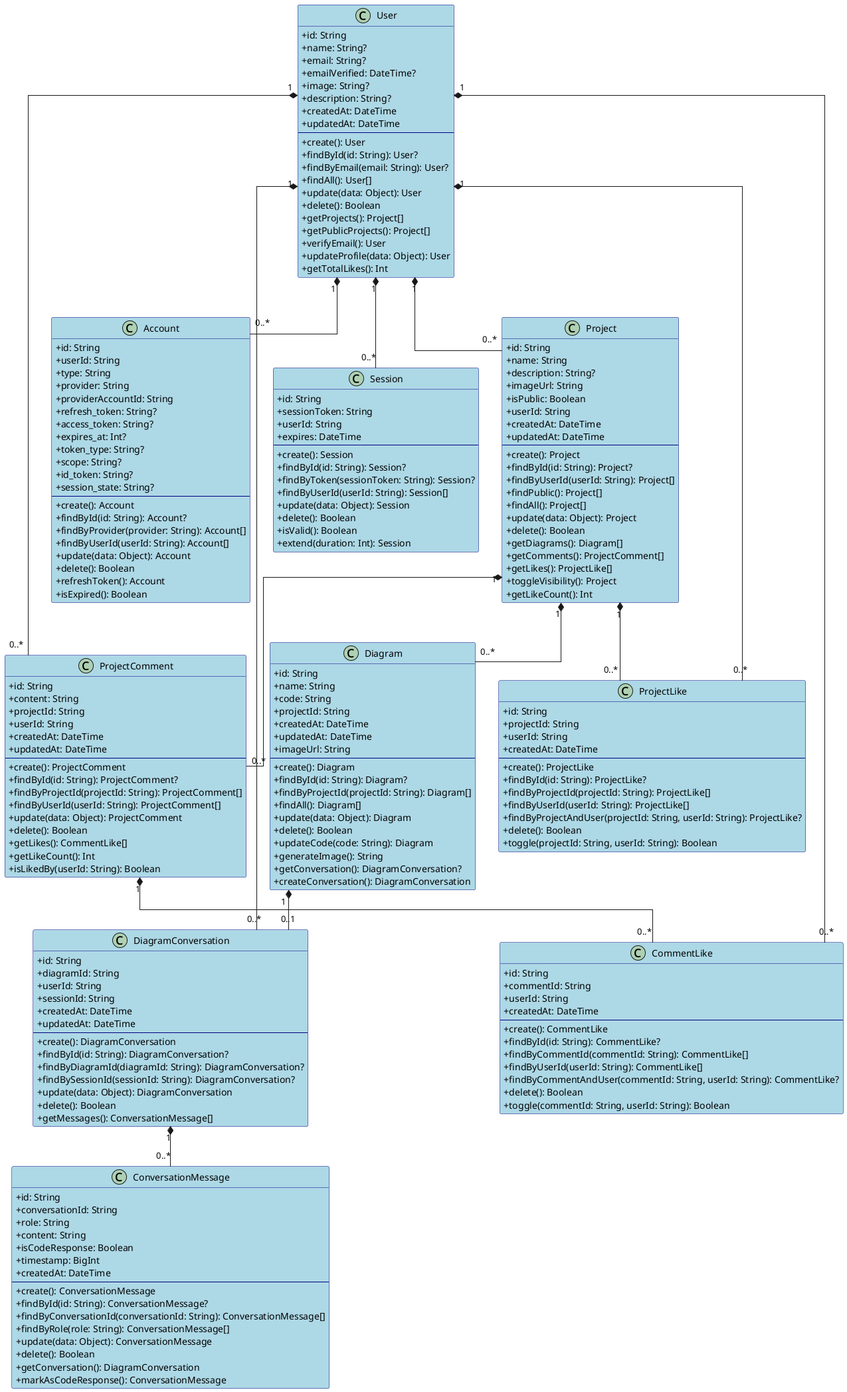
souhaib-askri/report_pfe keeps this PlantUML diagram as conception/SprintI/class_diagram2.png. Above is the earlier version.
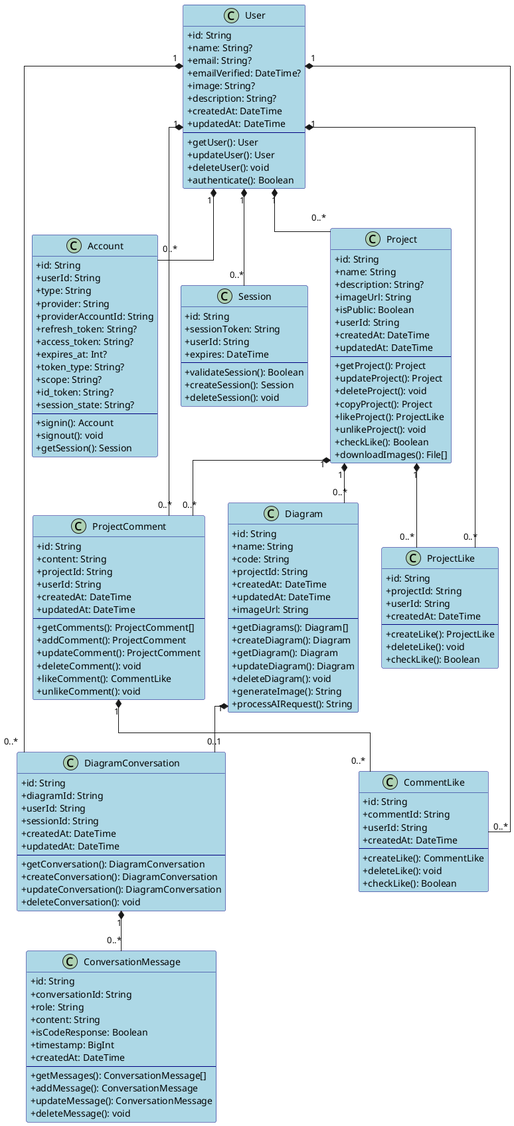
Later version of the same file.

Diff of the diagram source:
```diff
@@ -7,196 +7,154 @@
 skinparam linetype ortho
 
 class DiagramConversation {
-+ id: String
-+ diagramId: String
-+ userId: String
-+ sessionId: String
-+ createdAt: DateTime
-+ updatedAt: DateTime
---
-+ create(): DiagramConversation
-+ findById(id: String): DiagramConversation?
-+ findByDiagramId(diagramId: String): DiagramConversation?
-+ findBySessionId(sessionId: String): DiagramConversation?
-+ update(data: Object): DiagramConversation
-+ delete(): Boolean
-+ getMessages(): ConversationMessage[]
+    + id: String
+    + diagramId: String
+    + userId: String
+    + sessionId: String
+    + createdAt: DateTime
+    + updatedAt: DateTime
+    --
+    + getConversation(): DiagramConversation
+    + createConversation(): DiagramConversation
+    + updateConversation(): DiagramConversation
+    + deleteConversation(): void
 }
 
 class ConversationMessage {
-+ id: String
-+ conversationId: String
-+ role: String
-+ content: String
-+ isCodeResponse: Boolean
-+ timestamp: BigInt
-+ createdAt: DateTime
---
-+ create(): ConversationMessage
-+ findById(id: String): ConversationMessage?
-+ findByConversationId(conversationId: String): ConversationMessage[]
-+ findByRole(role: String): ConversationMessage[]
-+ update(data: Object): ConversationMessage
-+ delete(): Boolean
-+ getConversation(): DiagramConversation
-+ markAsCodeResponse(): ConversationMessage
+    + id: String
+    + conversationId: String
+    + role: String
+    + content: String
+    + isCodeResponse: Boolean
+    + timestamp: BigInt
+    + createdAt: DateTime
+    --
+    + getMessages(): ConversationMessage[]
+    + addMessage(): ConversationMessage
+    + updateMessage(): ConversationMessage
+    + deleteMessage(): void
 }
 
 class Account {
-+ id: String
-+ userId: String
-+ type: String
-+ provider: String
-+ providerAccountId: String
-+ refresh_token: String?
-+ access_token: String?
-+ expires_at: Int?
-+ token_type: String?
-+ scope: String?
-+ id_token: String?
-+ session_state: String?
---
-+ create(): Account
-+ findById(id: String): Account?
-+ findByProvider(provider: String): Account[]
-+ findByUserId(userId: String): Account[]
-+ update(data: Object): Account
-+ delete(): Boolean
-+ refreshToken(): Account
-+ isExpired(): Boolean
+    + id: String
+    + userId: String
+    + type: String
+    + provider: String
+    + providerAccountId: String
+    + refresh_token: String?
+    + access_token: String?
+    + expires_at: Int?
+    + token_type: String?
+    + scope: String?
+    + id_token: String?
+    + session_state: String?
+    --
+    + signin(): Account
+    + signout(): void
+    + getSession(): Session
 }
 
 class Session {
-+ id: String
-+ sessionToken: String
-+ userId: String
-+ expires: DateTime
---
-+ create(): Session
-+ findById(id: String): Session?
-+ findByToken(sessionToken: String): Session?
-+ findByUserId(userId: String): Session[]
-+ update(data: Object): Session
-+ delete(): Boolean
-+ isValid(): Boolean
-+ extend(duration: Int): Session
+    + id: String
+    + sessionToken: String
+    + userId: String
+    + expires: DateTime
+    --
+    + validateSession(): Boolean
+    + createSession(): Session
+    + deleteSession(): void
 }
 
 class User {
-+ id: String
-+ name: String?
-+ email: String?
-+ emailVerified: DateTime?
-+ image: String?
-+ description: String?
-+ createdAt: DateTime
-+ updatedAt: DateTime
---
-+ create(): User
-+ findById(id: String): User?
-+ findByEmail(email: String): User?
-+ findAll(): User[]
-+ update(data: Object): User
-+ delete(): Boolean
-+ getProjects(): Project[]
-+ getPublicProjects(): Project[]
-+ verifyEmail(): User
-+ updateProfile(data: Object): User
-+ getTotalLikes(): Int
+    + id: String
+    + name: String?
+    + email: String?
+    + emailVerified: DateTime?
+    + image: String?
+    + description: String?
+    + createdAt: DateTime
+    + updatedAt: DateTime
+    --
+    + getUser(): User
+    + updateUser(): User
+    + deleteUser(): void
+    + authenticate(): Boolean
 }
 
 class Project {
-+ id: String
-+ name: String
-+ description: String?
-+ imageUrl: String
-+ isPublic: Boolean
-+ userId: String
-+ createdAt: DateTime
-+ updatedAt: DateTime
---
-+ create(): Project
-+ findById(id: String): Project?
-+ findByUserId(userId: String): Project[]
-+ findPublic(): Project[]
-+ findAll(): Project[]
-+ update(data: Object): Project
-+ delete(): Boolean
-+ getDiagrams(): Diagram[]
-+ getComments(): ProjectComment[]
-+ getLikes(): ProjectLike[]
-+ toggleVisibility(): Project
-+ getLikeCount(): Int
+    + id: String
+    + name: String
+    + description: String?
+    + imageUrl: String
+    + isPublic: Boolean
+    + userId: String
+    + createdAt: DateTime
+    + updatedAt: DateTime
+    --
+    + getProject(): Project
+    + updateProject(): Project
+    + deleteProject(): void
+    + copyProject(): Project
+    + likeProject(): ProjectLike
+    + unlikeProject(): void
+    + checkLike(): Boolean
+    + downloadImages(): File[]
 }
 
 class Diagram {
-+ id: String
-+ name: String
-+ code: String
-+ projectId: String
-+ createdAt: DateTime
-+ updatedAt: DateTime
-+ imageUrl: String
---
-+ create(): Diagram
-+ findById(id: String): Diagram?
-+ findByProjectId(projectId: String): Diagram[]
-+ findAll(): Diagram[]
-+ update(data: Object): Diagram
-+ delete(): Boolean
-+ updateCode(code: String): Diagram
-+ generateImage(): String
-+ getConversation(): DiagramConversation?
-+ createConversation(): DiagramConversation
+    + id: String
+    + name: String
+    + code: String
+    + projectId: String
+    + createdAt: DateTime
+    + updatedAt: DateTime
+    + imageUrl: String
+    --
+    + getDiagrams(): Diagram[]
+    + createDiagram(): Diagram
+    + getDiagram(): Diagram
+    + updateDiagram(): Diagram
+    + deleteDiagram(): void
+    + generateImage(): String
+    + processAIRequest(): String
 }
 
 class ProjectComment {
-+ id: String
-+ content: String
-+ projectId: String
-+ userId: String
-+ createdAt: DateTime
-+ updatedAt: DateTime
---
-+ create(): ProjectComment
-+ findById(id: String): ProjectComment?
-+ findByProjectId(projectId: String): ProjectComment[]
-+ findByUserId(userId: String): ProjectComment[]
-+ update(data: Object): ProjectComment
-+ delete(): Boolean
-+ getLikes(): CommentLike[]
-+ getLikeCount(): Int
-+ isLikedBy(userId: String): Boolean
+    + id: String
+    + content: String
+    + projectId: String
+    + userId: String
+    + createdAt: DateTime
+    + updatedAt: DateTime
+    --
+    + getComments(): ProjectComment[]
+    + addComment(): ProjectComment
+    + updateComment(): ProjectComment
+    + deleteComment(): void
+    + likeComment(): CommentLike
+    + unlikeComment(): void
 }
 
 class ProjectLike {
-+ id: String
-+ projectId: String
-+ userId: String
-+ createdAt: DateTime
---
-+ create(): ProjectLike
-+ findById(id: String): ProjectLike?
-+ findByProjectId(projectId: String): ProjectLike[]
-+ findByUserId(userId: String): ProjectLike[]
-+ findByProjectAndUser(projectId: String, userId: String): ProjectLike?
-+ delete(): Boolean
-+ toggle(projectId: String, userId: String): Boolean
+    + id: String
+    + projectId: String
+    + userId: String
+    + createdAt: DateTime
+    --
+    + createLike(): ProjectLike
+    + deleteLike(): void
+    + checkLike(): Boolean
 }
 
 class CommentLike {
-+ id: String
-+ commentId: String
-+ userId: String
-+ createdAt: DateTime
---
-+ create(): CommentLike
-+ findById(id: String): CommentLike?
-+ findByCommentId(commentId: String): CommentLike[]
-+ findByUserId(userId: String): CommentLike[]
-+ findByCommentAndUser(commentId: String, userId: String): CommentLike?
-+ delete(): Boolean
-+ toggle(commentId: String, userId: String): Boolean
+    + id: String
+    + commentId: String
+    + userId: String
+    + createdAt: DateTime
+    --
+    + createLike(): CommentLike
+    + deleteLike(): void
+    + checkLike(): Boolean
 }
 
 User "1" *-- "0..*" Account
@@ -211,8 +169,8 @@
 Project "1" *-- "0..*" ProjectComment
 Project "1" *-- "0..*" ProjectLike
 
+DiagramConversation "1" *-- "0..*" ConversationMessage
 Diagram "1" *-- "0..1" DiagramConversation
-DiagramConversation "1" *-- "0..*" ConversationMessage
 
 ProjectComment "1" *-- "0..*" CommentLike
 
```
